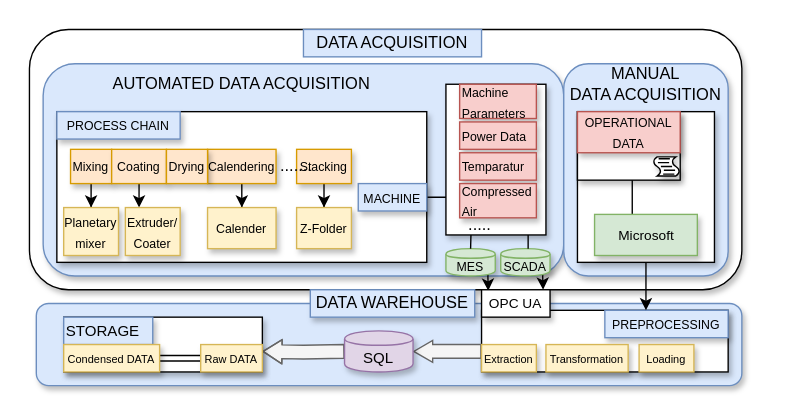
This is Untitled Diagram.drawio from nimeng95/monika, a draw.io file, before an edit. Source tidied: cells renumbered, new cells numbered last; positions are measured from the earlier drawing's top-left corner, leaving out a move shared by most shapes. Both pictures are drawn from the tidied source at 137%, with x=0, y=0 at pixel (29, 29).
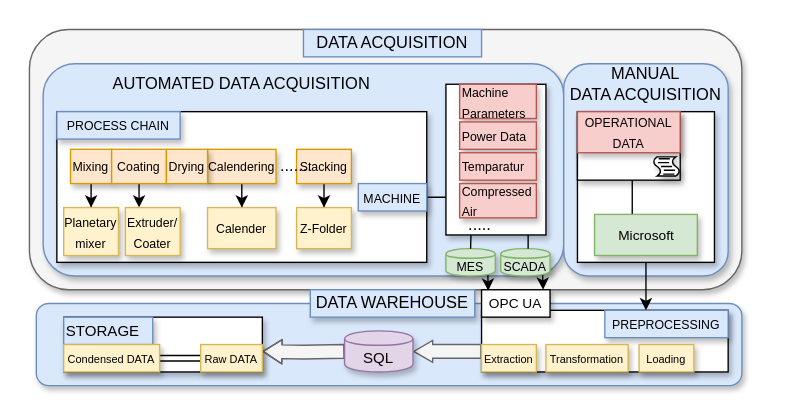
After the change.

Commit message:
data warehouse

What changed in the source:
```diff
@@
-    <mxCell id="2" style="rounded=1;whiteSpace=wrap;html=1;shadow=1;" parent="1" vertex="1">
+    <mxCell id="2" style="rounded=1;whiteSpace=wrap;html=1;shadow=1;fillColor=#f5f5f5;strokeColor=#666666;fontColor=#333333;" parent="1" vertex="1">
       <mxGeometry width="520" height="190" as="geometry" />
     </mxCell>
```
